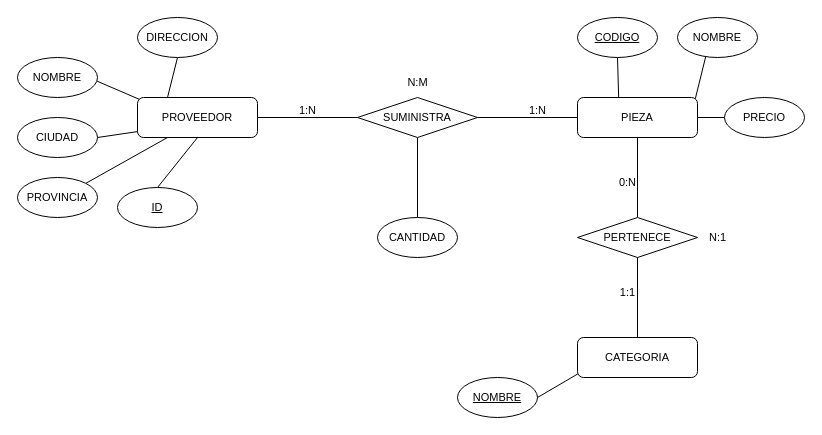
Earlier version of the draw.io diagram page "diagram-2" (2 of 5) of bases-datos/diagrams.drawio (igardiet/dam). Source tidied: cells renumbered, new cells numbered last; positions are measured from the earlier drawing's top-left corner, leaving out a move shared by most shapes. Both pictures are drawn from the tidied source at 100%, with x=0, y=0 at pixel (17, 17).
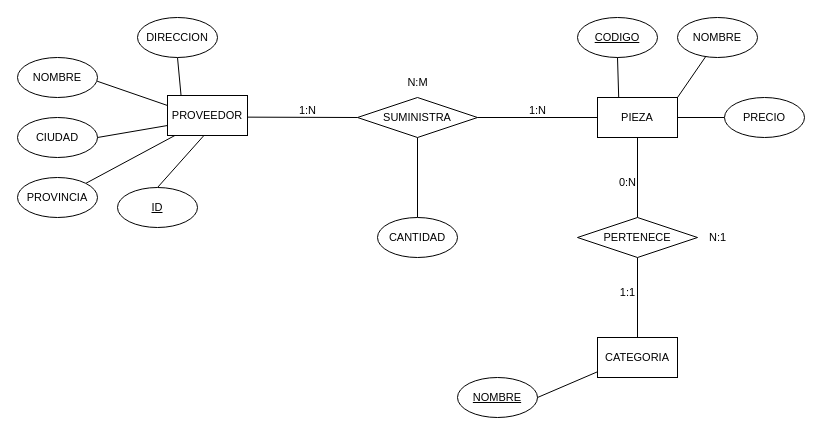
Above is the later version.

The change refers to these unchanged cells:
```xml
<mxCell id="8" value="SUMINISTRA" style="rhombus;whiteSpace=wrap;html=1;fontFamily=Helvetica;fontSize=11;fontColor=default;" parent="1" vertex="1">
  <mxGeometry x="340" y="80" width="120" height="40" as="geometry" />
</mxCell>
<mxCell id="11" value="PERTENECE" style="rhombus;whiteSpace=wrap;html=1;fontFamily=Helvetica;fontSize=11;fontColor=default;" parent="1" vertex="1">
  <mxGeometry x="560" y="200" width="120" height="40" as="geometry" />
</mxCell>
<mxCell id="13" value="PROVINCIA" style="ellipse;whiteSpace=wrap;html=1;fontFamily=Helvetica;fontSize=11;fontColor=default;" parent="1" vertex="1">
  <mxGeometry y="160" width="80" height="40" as="geometry" />
</mxCell>
<mxCell id="14" value="CIUDAD" style="ellipse;whiteSpace=wrap;html=1;fontFamily=Helvetica;fontSize=11;fontColor=default;" parent="1" vertex="1">
  <mxGeometry y="100" width="80" height="40" as="geometry" />
</mxCell>
<mxCell id="15" value="DIRECCION" style="ellipse;whiteSpace=wrap;html=1;fontFamily=Helvetica;fontSize=11;fontColor=default;" parent="1" vertex="1">
  <mxGeometry x="120" width="80" height="40" as="geometry" />
</mxCell>
<mxCell id="16" value="NOMBRE" style="ellipse;whiteSpace=wrap;html=1;fontFamily=Helvetica;fontSize=11;fontColor=default;" parent="1" vertex="1">
  <mxGeometry y="40" width="80" height="40" as="geometry" />
</mxCell>
<mxCell id="17" value="&lt;u&gt;CODIGO&lt;/u&gt;" style="ellipse;whiteSpace=wrap;html=1;fontFamily=Helvetica;fontSize=11;fontColor=default;" parent="1" vertex="1">
  <mxGeometry x="560" width="80" height="40" as="geometry" />
</mxCell>
<mxCell id="20" value="NOMBRE" style="ellipse;whiteSpace=wrap;html=1;fontFamily=Helvetica;fontSize=11;fontColor=default;" parent="1" vertex="1">
  <mxGeometry x="660" width="80" height="40" as="geometry" />
</mxCell>
<mxCell id="22" value="&lt;u&gt;NOMBRE&lt;/u&gt;" style="ellipse;whiteSpace=wrap;html=1;fontFamily=Helvetica;fontSize=11;fontColor=default;" parent="1" vertex="1">
  <mxGeometry x="440" y="360" width="80" height="40" as="geometry" />
</mxCell>
<mxCell id="36" value="&lt;u&gt;ID&lt;/u&gt;" style="ellipse;whiteSpace=wrap;html=1;fontFamily=Helvetica;fontSize=11;fontColor=default;" parent="1" vertex="1">
  <mxGeometry x="100" y="170" width="80" height="40" as="geometry" />
</mxCell>
```

What changed in the source:
```diff
@@
-    <mxCell id="2" style="edgeStyle=none;shape=connector;rounded=0;jettySize=auto;html=1;exitX=0.25;exitY=0;exitDx=0;exitDy=0;entryX=0.5;entryY=1;entryDx=0;entryDy=0;labelBackgroundColor=default;strokeColor=default;align=center;verticalAlign=middle;fontFamily=Helvetica;fontSize=11;fontColor=default;endArrow=none;endFill=0;" parent="1" edge="1" source="4" target="15">
+    <mxCell id="2" style="edgeStyle=none;shape=connector;rounded=0;jettySize=auto;html=1;exitX=0.169;exitY=-0.008;exitDx=0;exitDy=0;entryX=0.5;entryY=1;entryDx=0;entryDy=0;labelBackgroundColor=default;strokeColor=default;align=center;verticalAlign=middle;fontFamily=Helvetica;fontSize=11;fontColor=default;endArrow=none;endFill=0;exitPerimeter=0;" parent="1" edge="1" source="4" target="15">
       <mxGeometry relative="1" as="geometry" />
     </mxCell>
-    <mxCell id="3" style="edgeStyle=none;shape=connector;rounded=0;jettySize=auto;html=1;exitX=1;exitY=0.5;exitDx=0;exitDy=0;entryX=0;entryY=0.5;entryDx=0;entryDy=0;labelBackgroundColor=default;strokeColor=default;align=center;verticalAlign=middle;fontFamily=Helvetica;fontSize=11;fontColor=default;endArrow=none;endFill=0;" parent="1" edge="1" source="4" target="8">
+    <mxCell id="3" style="edgeStyle=none;shape=connector;rounded=0;jettySize=auto;html=1;exitX=0.996;exitY=0.541;exitDx=0;exitDy=0;entryX=0;entryY=0.5;entryDx=0;entryDy=0;labelBackgroundColor=default;strokeColor=default;align=center;verticalAlign=middle;fontFamily=Helvetica;fontSize=11;fontColor=default;endArrow=none;endFill=0;exitPerimeter=0;" parent="1" edge="1" source="4" target="8">
       <mxGeometry relative="1" as="geometry" />
     </mxCell>
-    <mxCell id="4" value="PROVEEDOR" style="rounded=1;whiteSpace=wrap;html=1;fontFamily=Helvetica;fontSize=11;fontColor=default;" parent="1" vertex="1">
-      <mxGeometry x="120" y="80" width="120" height="40" as="geometry" />
-    </mxCell>
-    <mxCell id="5" value="CATEGORIA" style="rounded=1;whiteSpace=wrap;html=1;fontFamily=Helvetica;fontSize=11;fontColor=default;" parent="1" vertex="1">
-      <mxGeometry x="560" y="320" width="120" height="40" as="geometry" />
-    </mxCell>
-    <mxCell id="6" value="PIEZA" style="rounded=1;whiteSpace=wrap;html=1;fontFamily=Helvetica;fontSize=11;fontColor=default;" parent="1" vertex="1">
-      <mxGeometry x="560" y="80" width="120" height="40" as="geometry" />
-    </mxCell>
@@
-    <mxCell id="9" style="edgeStyle=none;shape=connector;rounded=0;jettySize=auto;html=1;exitX=0.5;exitY=0;exitDx=0;exitDy=0;labelBackgroundColor=default;strokeColor=default;align=center;verticalAlign=middle;fontFamily=Helvetica;fontSize=11;fontColor=default;endArrow=none;endFill=0;entryX=0.5;entryY=1;entryDx=0;entryDy=0;" parent="1" edge="1" source="11" target="6">
-      <mxGeometry relative="1" as="geometry" />
+    <mxCell id="9" style="edgeStyle=none;shape=connector;rounded=0;jettySize=auto;html=1;exitX=0.5;exitY=0;exitDx=0;exitDy=0;labelBackgroundColor=default;strokeColor=default;align=center;verticalAlign=middle;fontFamily=Helvetica;fontSize=11;fontColor=default;endArrow=none;endFill=0;entryX=0.5;entryY=1;entryDx=0;entryDy=0;" parent="1" edge="1" source="11">
+      <mxGeometry relative="1" as="geometry">
+        <mxPoint x="620" y="120" as="targetPoint" />
+      </mxGeometry>
     </mxCell>
-    <mxCell id="10" style="edgeStyle=none;shape=connector;rounded=0;jettySize=auto;html=1;exitX=0.5;exitY=1;exitDx=0;exitDy=0;labelBackgroundColor=default;strokeColor=default;align=center;verticalAlign=middle;fontFamily=Helvetica;fontSize=11;fontColor=default;endArrow=none;endFill=0;entryX=0.5;entryY=0;entryDx=0;entryDy=0;" parent="1" edge="1" source="11" target="5">
-      <mxGeometry relative="1" as="geometry" />
+    <mxCell id="10" style="edgeStyle=none;shape=connector;rounded=0;jettySize=auto;html=1;exitX=0.5;exitY=1;exitDx=0;exitDy=0;labelBackgroundColor=default;strokeColor=default;align=center;verticalAlign=middle;fontFamily=Helvetica;fontSize=11;fontColor=default;endArrow=none;endFill=0;entryX=0.5;entryY=0;entryDx=0;entryDy=0;" parent="1" edge="1" source="11">
+      <mxGeometry relative="1" as="geometry">
+        <mxPoint x="620" y="320" as="targetPoint" />
+      </mxGeometry>
     </mxCell>
@@
-    <mxCell id="12" style="edgeStyle=none;shape=connector;rounded=0;jettySize=auto;html=1;exitX=1;exitY=0;exitDx=0;exitDy=0;labelBackgroundColor=default;strokeColor=default;align=center;verticalAlign=middle;fontFamily=Helvetica;fontSize=11;fontColor=default;endArrow=none;endFill=0;entryX=0.25;entryY=1;entryDx=0;entryDy=0;" parent="1" edge="1" source="13" target="4">
+    <mxCell id="12" style="edgeStyle=none;shape=connector;rounded=0;jettySize=auto;html=1;exitX=1;exitY=0;exitDx=0;exitDy=0;labelBackgroundColor=default;strokeColor=default;align=center;verticalAlign=middle;fontFamily=Helvetica;fontSize=11;fontColor=default;endArrow=none;endFill=0;entryX=0.093;entryY=0.999;entryDx=0;entryDy=0;entryPerimeter=0;" parent="1" edge="1" source="13" target="4">
       <mxGeometry relative="1" as="geometry" />
     </mxCell>
@@
-    <mxCell id="23" style="edgeStyle=none;shape=connector;rounded=0;jettySize=auto;html=1;exitX=0.014;exitY=0.044;exitDx=0;exitDy=0;entryX=0.995;entryY=0.592;entryDx=0;entryDy=0;entryPerimeter=0;labelBackgroundColor=default;strokeColor=default;align=center;verticalAlign=middle;fontFamily=Helvetica;fontSize=11;fontColor=default;endArrow=none;endFill=0;exitPerimeter=0;" parent="1" edge="1" source="4" target="16">
+    <mxCell id="23" style="edgeStyle=none;shape=connector;rounded=0;jettySize=auto;html=1;exitX=0;exitY=0.25;exitDx=0;exitDy=0;entryX=0.995;entryY=0.592;entryDx=0;entryDy=0;entryPerimeter=0;labelBackgroundColor=default;strokeColor=default;align=center;verticalAlign=middle;fontFamily=Helvetica;fontSize=11;fontColor=default;endArrow=none;endFill=0;" parent="1" edge="1" source="4" target="16">
       <mxGeometry relative="1" as="geometry" />
     </mxCell>
-    <mxCell id="24" style="edgeStyle=none;shape=connector;rounded=0;jettySize=auto;html=1;exitX=1;exitY=0.5;exitDx=0;exitDy=0;entryX=-0.001;entryY=0.853;entryDx=0;entryDy=0;entryPerimeter=0;labelBackgroundColor=default;strokeColor=default;align=center;verticalAlign=middle;fontFamily=Helvetica;fontSize=11;fontColor=default;endArrow=none;endFill=0;" parent="1" edge="1" source="14" target="4">
+    <mxCell id="24" style="edgeStyle=none;shape=connector;rounded=0;jettySize=auto;html=1;exitX=1;exitY=0.5;exitDx=0;exitDy=0;entryX=0;entryY=0.75;entryDx=0;entryDy=0;labelBackgroundColor=default;strokeColor=default;align=center;verticalAlign=middle;fontFamily=Helvetica;fontSize=11;fontColor=default;endArrow=none;endFill=0;" parent="1" edge="1" source="14" target="4">
       <mxGeometry relative="1" as="geometry" />
     </mxCell>
@@
-    <mxCell id="26" style="edgeStyle=none;shape=connector;rounded=0;jettySize=auto;html=1;exitX=0.982;exitY=0.03;exitDx=0;exitDy=0;entryX=0.353;entryY=0.975;entryDx=0;entryDy=0;entryPerimeter=0;labelBackgroundColor=default;strokeColor=default;align=center;verticalAlign=middle;fontFamily=Helvetica;fontSize=11;fontColor=default;endArrow=none;endFill=0;exitPerimeter=0;" parent="1" edge="1" source="6" target="20">
+    <mxCell id="26" style="edgeStyle=none;shape=connector;rounded=0;jettySize=auto;html=1;exitX=1;exitY=0;exitDx=0;exitDy=0;entryX=0.353;entryY=0.975;entryDx=0;entryDy=0;entryPerimeter=0;labelBackgroundColor=default;strokeColor=default;align=center;verticalAlign=middle;fontFamily=Helvetica;fontSize=11;fontColor=default;endArrow=none;endFill=0;" parent="1" edge="1" source="6" target="20">
       <mxGeometry relative="1" as="geometry" />
     </mxCell>
-    <mxCell id="27" style="edgeStyle=none;shape=connector;rounded=0;jettySize=auto;html=1;exitX=0.5;exitY=1;exitDx=0;exitDy=0;entryX=0.343;entryY=-0.007;entryDx=0;entryDy=0;entryPerimeter=0;labelBackgroundColor=default;strokeColor=default;align=center;verticalAlign=middle;fontFamily=Helvetica;fontSize=11;fontColor=default;endArrow=none;endFill=0;" parent="1" edge="1" source="17" target="6">
-      <mxGeometry relative="1" as="geometry" />
+    <mxCell id="27" style="edgeStyle=none;shape=connector;rounded=0;jettySize=auto;html=1;exitX=0.5;exitY=1;exitDx=0;exitDy=0;entryX=0.343;entryY=-0.007;entryDx=0;entryDy=0;entryPerimeter=0;labelBackgroundColor=default;strokeColor=default;align=center;verticalAlign=middle;fontFamily=Helvetica;fontSize=11;fontColor=default;endArrow=none;endFill=0;" parent="1" edge="1" source="17">
+      <mxGeometry relative="1" as="geometry">
+        <mxPoint x="601.2" y="79.7" as="targetPoint" />
+      </mxGeometry>
     </mxCell>
-    <mxCell id="28" style="edgeStyle=none;shape=connector;rounded=0;jettySize=auto;html=1;exitX=1;exitY=0.5;exitDx=0;exitDy=0;entryX=0.002;entryY=0.911;entryDx=0;entryDy=0;entryPerimeter=0;labelBackgroundColor=default;strokeColor=default;align=center;verticalAlign=middle;fontFamily=Helvetica;fontSize=11;fontColor=default;endArrow=none;endFill=0;" parent="1" edge="1" source="22" target="5">
+    <mxCell id="28" style="edgeStyle=none;shape=connector;rounded=0;jettySize=auto;html=1;exitX=1;exitY=0.5;exitDx=0;exitDy=0;entryX=0;entryY=0.857;entryDx=0;entryDy=0;entryPerimeter=0;labelBackgroundColor=default;strokeColor=default;align=center;verticalAlign=middle;fontFamily=Helvetica;fontSize=11;fontColor=default;endArrow=none;endFill=0;" parent="1" edge="1" source="22" target="5">
       <mxGeometry relative="1" as="geometry" />
     </mxCell>
@@
-    <mxCell id="35" style="edgeStyle=none;shape=connector;rounded=0;jettySize=auto;html=1;exitX=0.5;exitY=0;exitDx=0;exitDy=0;entryX=0.5;entryY=1;entryDx=0;entryDy=0;labelBackgroundColor=default;strokeColor=default;align=center;verticalAlign=middle;fontFamily=Helvetica;fontSize=11;fontColor=default;endArrow=none;endFill=0;" parent="1" edge="1" source="36" target="4">
+    <mxCell id="35" style="edgeStyle=none;shape=connector;rounded=0;jettySize=auto;html=1;exitX=0.5;exitY=0;exitDx=0;exitDy=0;entryX=0.454;entryY=1.003;entryDx=0;entryDy=0;labelBackgroundColor=default;strokeColor=default;align=center;verticalAlign=middle;fontFamily=Helvetica;fontSize=11;fontColor=default;endArrow=none;endFill=0;entryPerimeter=0;" parent="1" edge="1" source="36" target="4">
       <mxGeometry relative="1" as="geometry" />
     </mxCell>
@@
+    <mxCell id="4" value="PROVEEDOR" style="whiteSpace=wrap;html=1;align=center;fontFamily=Helvetica;fontSize=11;fontColor=default;" parent="1" vertex="1">
+      <mxGeometry x="150" y="78" width="80" height="40" as="geometry" />
+    </mxCell>
+    <mxCell id="6" value="PIEZA" style="whiteSpace=wrap;html=1;align=center;fontFamily=Helvetica;fontSize=11;fontColor=default;" parent="1" vertex="1">
+      <mxGeometry x="580" y="80" width="80" height="40" as="geometry" />
+    </mxCell>
+    <mxCell id="5" value="CATEGORIA" style="whiteSpace=wrap;html=1;align=center;fontFamily=Helvetica;fontSize=11;fontColor=default;" parent="1" vertex="1">
+      <mxGeometry x="580" y="320" width="80" height="40" as="geometry" />
+    </mxCell>
```
